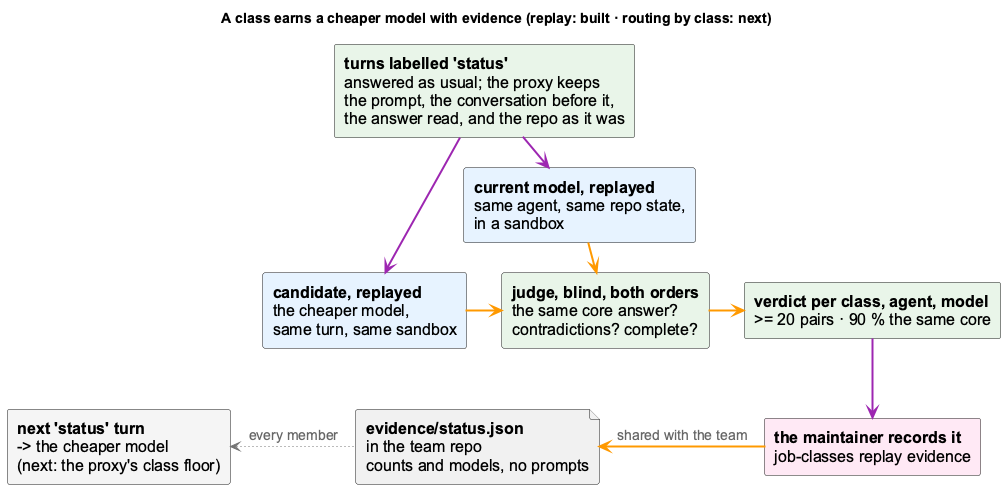
fwornle/coding keeps this PlantUML diagram as docs/images/job-class-trial-routing.png. Above is the earlier version.
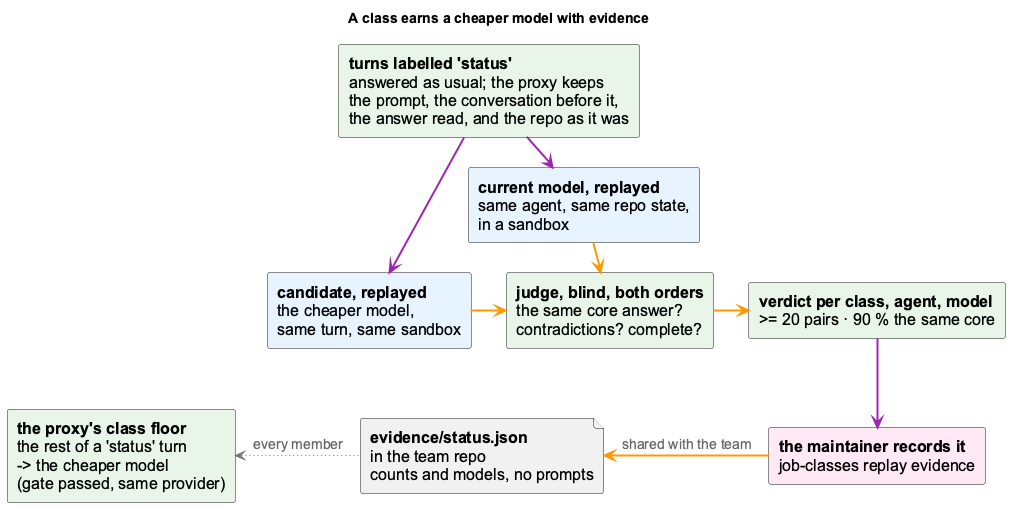
After the commit.

Commit message:
docs(job-classes): routing by class is built — the proxy's class floor

What changed in the source:
```diff
@@ -6,7 +6,7 @@
 skinparam shadowing false
 skinparam componentStyle rectangle
 hide stereotype
-title A class earns a cheaper model with evidence (replay: built · routing by class: next)
+title A class earns a cheaper model with evidence
 
 component "**turns labelled 'status'**\nanswered as usual; the proxy keeps\nthe prompt, the conversation before it,\nthe answer read, and the repo as it was" as turns <<core>>
 component "**current model, replayed**\nsame agent, same repo state,\nin a sandbox" as inc <<agent>>
@@ -15,7 +15,7 @@
 component "**verdict per class, agent, model**\n>= 20 pairs · 90 % the same core" as verdict <<core>>
 component "**the maintainer records it**\njob-classes replay evidence" as accept <<cli>>
 file "**evidence/status.json**\nin the team repo\ncounts and models, no prompts" as ev <<storage>>
-component "**next 'status' turn**\n-> the cheaper model\n(next: the proxy's class floor)" as next <<external>>
+component "**the proxy's class floor**\nthe rest of a 'status' turn\n-> the cheaper model\n(gate passed, same provider)" as next <<core>>
 
 turns -[#9C27B0,thickness=2]right-> inc
 turns -[#9C27B0,thickness=2]down-> cand
```
